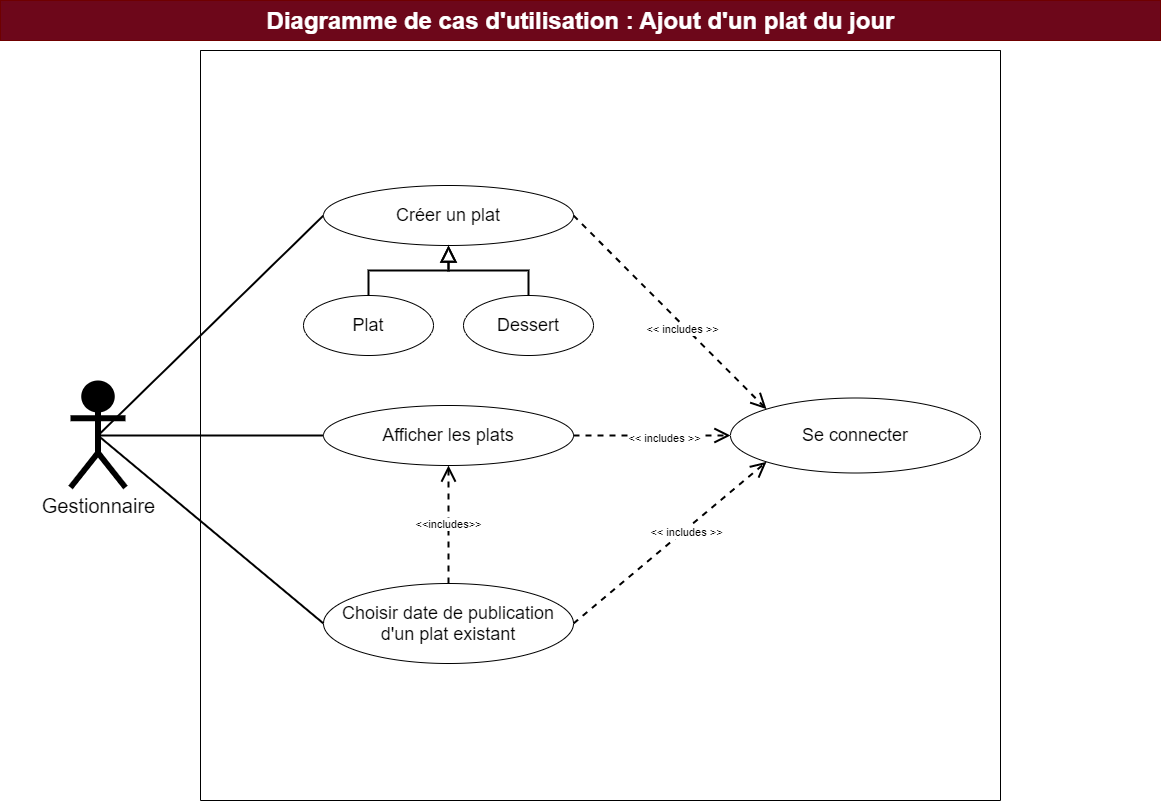
The draw.io diagram P4_01_UML_DiagrammeCasUtilisation_AjoutPlatDuJour.png in siakamansaly/Conception_UML_SQL, before a commit. Source tidied: cells renumbered, new cells last; positions are measured from the earlier drawing's top-left corner, leaving out a move shared by most shapes.
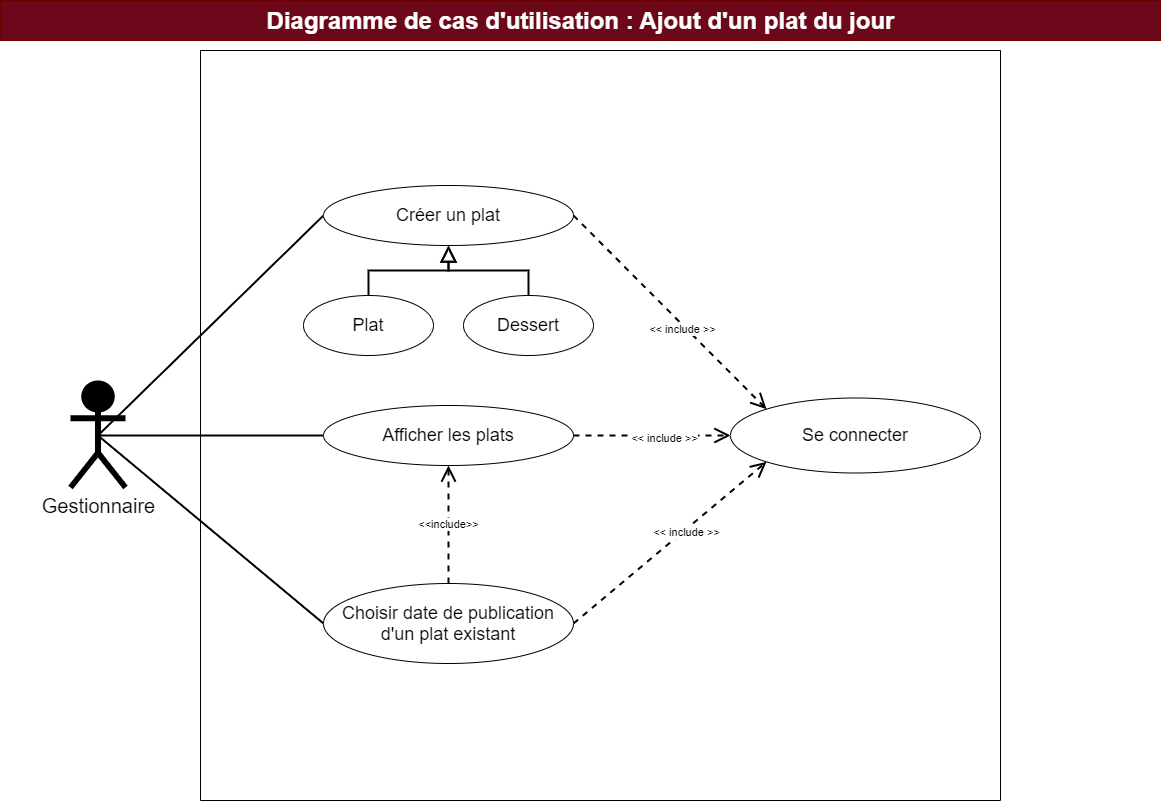
The same file after the commit.

Commit message:
correction of the text "include"

The edit, as a diff of the source:
```diff
@@ -23,7 +23,7 @@
     <mxCell id="7" value="Afficher les plats" style="ellipse;whiteSpace=wrap;html=1;align=center;fontSize=18;" parent="5" vertex="1">
       <mxGeometry x="123" y="355" width="250" height="60" as="geometry" />
     </mxCell>
-    <mxCell id="8" value="&amp;lt;&amp;lt;includes&amp;gt;&amp;gt;" style="edgeStyle=none;rounded=0;jettySize=auto;html=1;entryX=0.5;entryY=1;entryDx=0;entryDy=0;dashed=1;endArrow=open;endFill=0;strokeWidth=2;startArrow=none;endSize=12;exitX=0.5;exitY=0;exitDx=0;exitDy=0;" parent="5" edge="1" source="17" target="7">
+    <mxCell id="8" value="&amp;lt;&amp;lt;include&amp;gt;&amp;gt;" style="edgeStyle=none;rounded=0;jettySize=auto;html=1;entryX=0.5;entryY=1;entryDx=0;entryDy=0;dashed=1;endArrow=open;endFill=0;strokeWidth=2;startArrow=none;endSize=12;exitX=0.5;exitY=0;exitDx=0;exitDy=0;" parent="5" edge="1" source="17" target="7">
       <mxGeometry relative="1" as="geometry" />
     </mxCell>
     <mxCell id="9" value="Créer un plat" style="ellipse;whiteSpace=wrap;html=1;align=center;fontSize=18;" parent="5" vertex="1">
@@ -44,12 +44,12 @@
     <mxCell id="14" value="Se connecter" style="ellipse;whiteSpace=wrap;html=1;align=center;fontSize=18;" parent="5" vertex="1">
       <mxGeometry x="530" y="347.5" width="250" height="75" as="geometry" />
     </mxCell>
-    <object id="15" label="&amp;lt;&amp;lt; includes &amp;gt;&amp;gt;" placeholders="1">
+    <object id="15" label="&amp;lt;&amp;lt; include &amp;gt;&amp;gt;" placeholders="1">
       <mxCell style="endArrow=open;endSize=12;dashed=1;html=1;rounded=1;shadow=0;sketch=0;strokeWidth=2;exitX=1;exitY=0.5;exitDx=0;exitDy=0;entryX=0;entryY=0;entryDx=0;entryDy=0;" parent="5" edge="1" source="9" target="14">
         <mxGeometry x="0.15" y="-3" relative="1" as="geometry" />
       </mxCell>
     </object>
-    <object id="16" label="&amp;lt;&amp;lt; includes &amp;gt;&amp;gt;" placeholders="1">
+    <object id="16" label="&amp;lt;&amp;lt; include &amp;gt;&amp;gt;" placeholders="1">
       <mxCell style="endArrow=open;endSize=12;dashed=1;html=1;rounded=1;shadow=0;sketch=0;strokeWidth=2;exitX=1;exitY=0.5;exitDx=0;exitDy=0;entryX=0;entryY=0.5;entryDx=0;entryDy=0;" parent="5" edge="1" source="7" target="14">
         <mxGeometry x="0.15" y="-3" relative="1" as="geometry" />
       </mxCell>
@@ -57,7 +57,7 @@
     <mxCell id="17" value="Choisir date de publication d'un plat existant" style="ellipse;whiteSpace=wrap;html=1;align=center;fontSize=18;" parent="5" vertex="1">
       <mxGeometry x="123" y="533" width="250" height="80" as="geometry" />
     </mxCell>
-    <object id="18" label="&amp;lt;&amp;lt; includes &amp;gt;&amp;gt;" placeholders="1">
+    <object id="18" label="&amp;lt;&amp;lt; include &amp;gt;&amp;gt;" placeholders="1">
       <mxCell style="endArrow=open;endSize=12;dashed=1;html=1;rounded=1;shadow=0;sketch=0;strokeWidth=2;exitX=1;exitY=0.5;exitDx=0;exitDy=0;entryX=0;entryY=1;entryDx=0;entryDy=0;" parent="5" edge="1" source="17" target="14">
         <mxGeometry x="0.15" y="-3" relative="1" as="geometry" />
       </mxCell>
```
